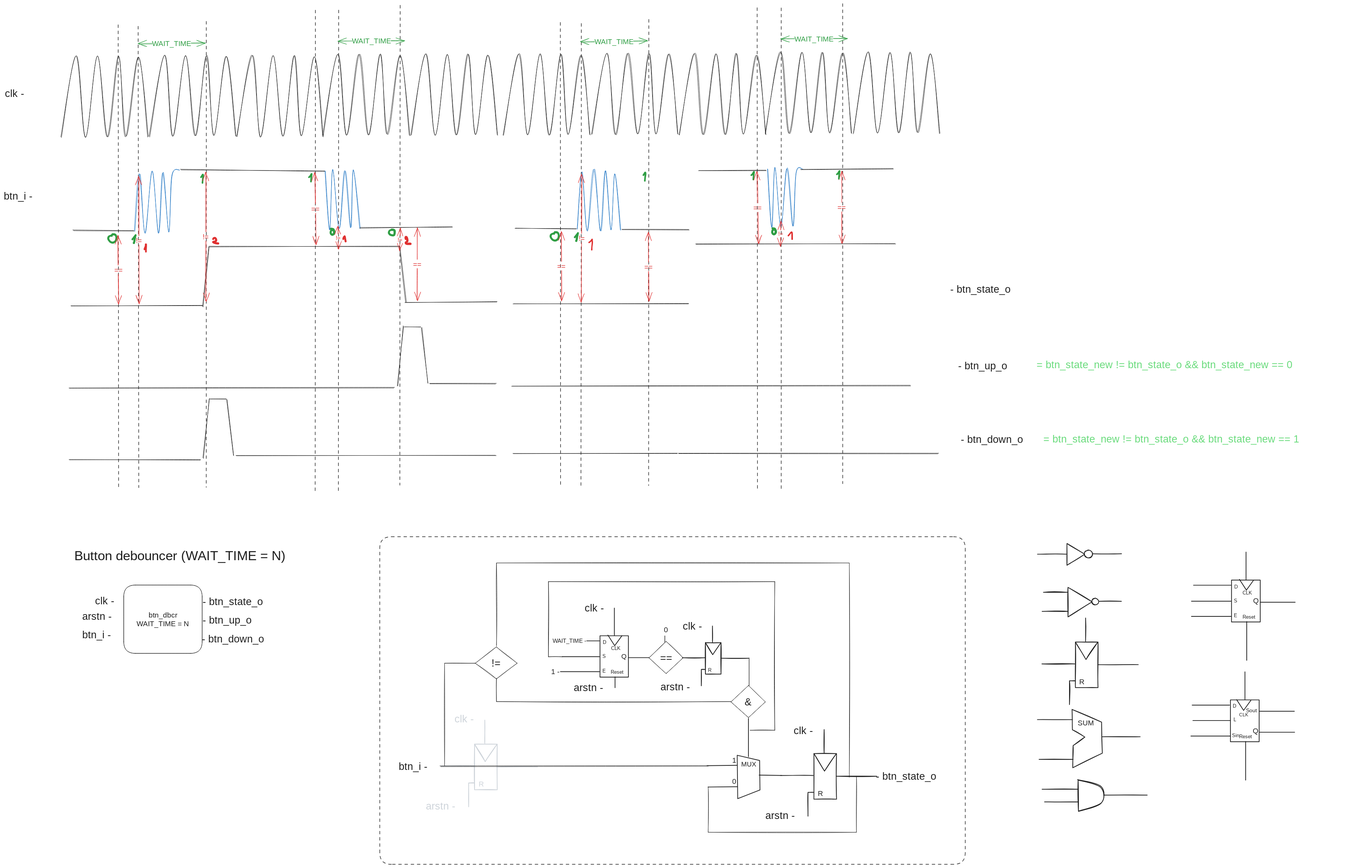
Above: lab-3/res/digital-design-btn-debouncer.excalidraw.svg in e1turin/itmo-digital-design (Excalidraw), before the change. Source tidied: one line per element, renumbered; positions are measured from the earlier drawing's top-left corner, leaving out a move shared by most shapes.
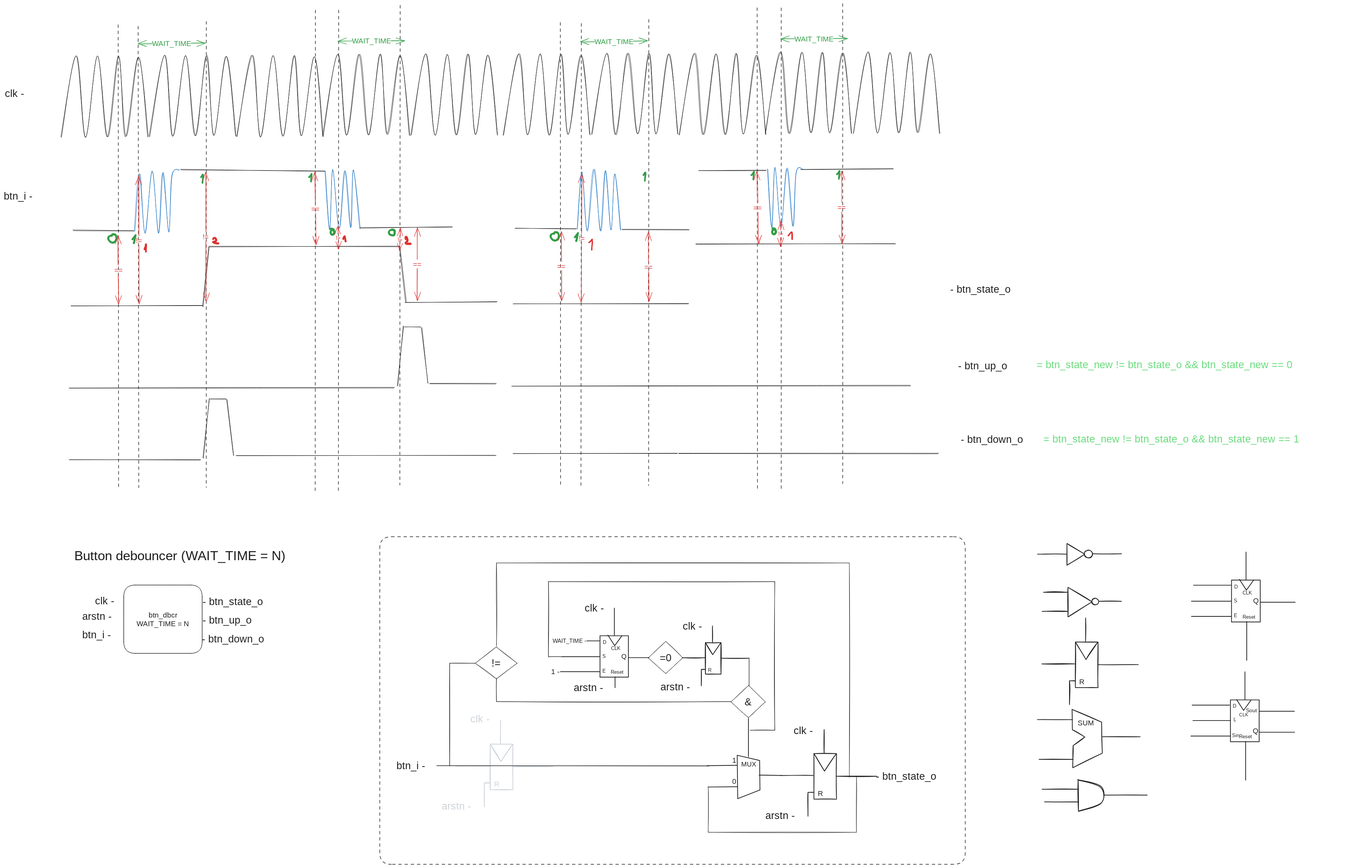
The same file after the commit.

Diff of the diagram source:
```diff
@@ -106,16 +106,16 @@
 {"id": 105, "type": "text", "text": "- btn_up_o", "strokeColor": "#1e1e1e", "strokeWidth": 1, "roughness": 1, "fontSize": 28, "fontFamily": 3, "x": 2616, "y": 976, "width": 164, "height": 34}
 {"id": 106, "type": "text", "text": "btn_i -", "strokeColor": "#1e1e1e", "strokeWidth": 1, "roughness": 1, "fontSize": 28, "fontFamily": 3, "x": 0, "y": 511, "width": 115, "height": 34}
 {"id": 107, "type": "text", "text": "clk -", "strokeColor": "#1e1e1e", "strokeWidth": 1, "roughness": 1, "fontSize": 28, "fontFamily": 3, "x": 3, "y": 230, "width": 82, "height": 34}
-{"id": 108, "type": "rectangle", "strokeColor": "#ced4da", "strokeWidth": 2, "roughness": 1, "x": 1291, "y": 2031, "width": 62, "height": 125}
+{"id": 108, "type": "rectangle", "strokeColor": "#ced4da", "strokeWidth": 2, "roughness": 1, "x": 1334, "y": 2031, "width": 62, "height": 125}
-{"id": 109, "type": "line", "strokeColor": "#ced4da", "strokeWidth": 2, "roughness": 1, "x": 1291, "y": 2031, "width": 61, "height": 48, "points": [[0, 0], [29, 48], [61, 1]]}
+{"id": 109, "type": "line", "strokeColor": "#ced4da", "strokeWidth": 2, "roughness": 1, "x": 1334, "y": 2031, "width": 61, "height": 48, "points": [[0, 0], [29, 48], [61, 1]]}
-{"id": 110, "type": "line", "strokeColor": "#ced4da", "strokeWidth": 2, "roughness": 1, "x": 1289, "y": 2091, "width": 90, "height": 0, "points": [[0, 0], [-90, 0]]}
+{"id": 110, "type": "line", "strokeColor": "#ced4da", "strokeWidth": 2, "roughness": 1, "x": 1332, "y": 2091, "width": 90, "height": 0, "points": [[0, 0], [-90, 0]]}
-{"id": 111, "type": "line", "strokeColor": "#ced4da", "strokeWidth": 2, "roughness": 1, "x": 1352, "y": 2093, "width": 111, "height": 0, "points": [[0, 0], [111, 0]]}
+{"id": 111, "type": "line", "strokeColor": "#ced4da", "strokeWidth": 2, "roughness": 1, "x": 1395, "y": 2093, "width": 111, "height": 0, "points": [[0, 0], [111, 0]]}
-{"id": 112, "type": "line", "strokeColor": "#ced4da", "strokeWidth": 2, "roughness": 1, "x": 1319, "y": 2029, "width": 0, "height": 64, "points": [[0, 0], [0, -64]]}
+{"id": 112, "type": "line", "strokeColor": "#ced4da", "strokeWidth": 2, "roughness": 1, "x": 1362, "y": 2029, "width": 0, "height": 64, "points": [[0, 0], [0, -64]]}
-{"id": 113, "type": "text", "text": "R", "strokeColor": "#ced4da", "strokeWidth": 2, "roughness": 1, "fontSize": 20.02, "fontFamily": 1, "x": 1302, "y": 2129, "width": 14, "height": 25}
+{"id": 113, "type": "text", "text": "R", "strokeColor": "#ced4da", "strokeWidth": 2, "roughness": 1, "fontSize": 20.02, "fontFamily": 1, "x": 1345, "y": 2129, "width": 14, "height": 25}
-{"id": 114, "type": "line", "strokeColor": "#ced4da", "strokeWidth": 2, "roughness": 1, "x": 1291, "y": 2137, "width": 16, "height": 65, "points": [[0, 0], [-16, 0], [-16, 65]]}
+{"id": 114, "type": "line", "strokeColor": "#ced4da", "strokeWidth": 2, "roughness": 1, "x": 1334, "y": 2137, "width": 16, "height": 65, "points": [[0, 0], [-16, 0], [-16, 65]]}
-{"id": 115, "type": "text", "text": "clk -", "strokeColor": "#ced4da", "strokeWidth": 1, "roughness": 1, "fontSize": 28, "fontFamily": 3, "x": 1236, "y": 1944, "width": 82, "height": 34}
+{"id": 115, "type": "text", "text": "clk -", "strokeColor": "#ced4da", "strokeWidth": 1, "roughness": 1, "fontSize": 28, "fontFamily": 3, "x": 1279, "y": 1944, "width": 82, "height": 34}
-{"id": 116, "type": "text", "text": "arstn -", "strokeColor": "#ced4da", "strokeWidth": 1, "roughness": 1, "fontSize": 28, "fontFamily": 3, "x": 1158, "y": 2183, "width": 115, "height": 34}
+{"id": 116, "type": "text", "text": "arstn -", "strokeColor": "#ced4da", "strokeWidth": 1, "roughness": 1, "fontSize": 28, "fontFamily": 3, "x": 1201, "y": 2183, "width": 115, "height": 34}
-{"id": 117, "type": "text", "text": "btn_i -", "strokeColor": "#1e1e1e", "strokeWidth": 1, "roughness": 1, "fontSize": 28, "fontFamily": 3, "x": 1083, "y": 2074, "width": 115, "height": 34}
+{"id": 117, "type": "text", "text": "btn_i -", "strokeColor": "#1e1e1e", "strokeWidth": 1, "roughness": 1, "fontSize": 28, "fontFamily": 3, "x": 1077, "y": 2072, "width": 115, "height": 34}
 {"id": 118, "type": "text", "text": "= btn_state_new != btn_state_o && btn_state_new == 0", "strokeColor": "#69db7c", "strokeWidth": 1, "roughness": 1, "fontSize": 28, "fontFamily": 3, "x": 2832, "y": 974, "width": 853, "height": 34}
 {"id": 119, "type": "text", "text": "= btn_state_new != btn_state_o && btn_state_new == 1", "strokeColor": "#69db7c", "strokeWidth": 1, "roughness": 1, "fontSize": 28, "fontFamily": 3, "x": 2849, "y": 1177, "width": 853, "height": 34}
 {"id": 120, "type": "rectangle", "strokeColor": "#1e1e1e", "strokeWidth": 2, "roughness": 1, "x": 2221, "y": 2057, "width": 62, "height": 125}
@@ -145,12 +145,11 @@
 {"id": 144, "type": "text", "text": "WAIT_TIME -", "strokeColor": "#1e1e1e", "strokeWidth": 1, "roughness": 1, "fontSize": 16, "fontFamily": 3, "x": 1504, "y": 1737, "width": 103, "height": 19}
 {"id": 145, "type": "diamond", "strokeColor": "#1e1e1e", "strokeWidth": 1, "roughness": 1, "x": 1293, "y": 1764, "width": 115, "height": 88}
 {"id": 146, "type": "text", "text": "!=", "strokeColor": "#1e1e1e", "strokeWidth": 1, "roughness": 1, "fontSize": 28, "fontFamily": 3, "textAlign": "center", "verticalAlign": "middle", "inside": 145, "x": 1333, "y": 1791, "width": 33, "height": 34}
-{"id": 147, "type": "line", "strokeColor": "#1e1e1e", "strokeWidth": 1, "roughness": 1, "from": 117, "to": 145, "x": 1209, "y": 2090, "width": 84, "height": 282, "points": [[0, 0], [0, -282], [84, -282]]}
+{"id": 147, "type": "line", "strokeColor": "#1e1e1e", "strokeWidth": 1, "roughness": 1, "to": 145, "x": 1223, "y": 2091, "width": 70, "height": 282, "points": [[0, 0], [0, -282], [70, -282]]}
 {"id": 148, "type": "text", "text": "1 -", "strokeColor": "#1e1e1e", "strokeWidth": 1, "roughness": 1, "fontSize": 20, "fontFamily": 3, "x": 1501, "y": 1820, "width": 35, "height": 24}
-{"id": 149, "type": "diamond", "strokeColor": "#1e1e1e", "strokeWidth": 1, "roughness": 1, "x": 1769, "y": 1749, "width": 93, "height": 88}
+{"id": 149, "type": "diamond", "strokeColor": "#1e1e1e", "strokeWidth": 1, "roughness": 1, "x": 1767, "y": 1749, "width": 94, "height": 88}
-{"id": 150, "type": "text", "text": "==", "strokeColor": "#1e1e1e", "strokeWidth": 1, "roughness": 1, "fontSize": 28, "fontFamily": 3, "textAlign": "center", "verticalAlign": "middle", "inside": 149, "x": 1799, "y": 1776, "width": 33, "height": 34}
+{"id": 150, "type": "text", "text": "=0", "strokeColor": "#1e1e1e", "strokeWidth": 1, "roughness": 1, "fontSize": 28, "fontFamily": 3, "textAlign": "center", "verticalAlign": "middle", "inside": 149, "x": 1797, "y": 1776, "width": 33, "height": 34}
-{"id": 151, "type": "text", "text": "0\n|", "strokeColor": "#1e1e1e", "strokeWidth": 1, "roughness": 1, "fontSize": 20, "fontFamily": 3, "x": 1810, "y": 1704, "width": 12, "height": 48}
-{"id": 152, "type": "line", "strokeColor": "#1e1e1e", "strokeWidth": 1, "roughness": 1, "round": true, "from": 117, "x": 1196, "y": 2091, "width": 736, "height": 0, "points": [[0, 0], [736, 0]]}
+{"id": 152, "type": "line", "strokeColor": "#1e1e1e", "strokeWidth": 1, "roughness": 1, "round": true, "from": 117, "x": 1187, "y": 2090, "width": 746, "height": 0, "points": [[0, 0], [746, 0]]}
 {"id": 153, "type": "arrow", "strokeColor": "#e03131", "strokeWidth": 1, "roughness": 1, "startArrowhead": "arrow", "endArrowhead": "arrow", "round": true, "x": 314, "y": 636, "width": 2, "height": 188, "points": [[0, 0], [2, 188]]}
 {"id": 154, "type": "text", "text": "==", "strokeColor": "#e03131", "strokeWidth": 1, "roughness": 1, "fontSize": 20, "fontFamily": 3, "textAlign": "center", "verticalAlign": "middle", "inside": 153, "x": 311, "y": 718, "width": 23, "height": 24}
 {"id": 155, "type": "arrow", "strokeColor": "#e03131", "strokeWidth": 1, "roughness": 1, "startArrowhead": "arrow", "endArrowhead": "arrow", "round": true, "x": 370, "y": 475, "width": 0, "height": 349, "points": [[0, 0], [0, 349]]}
@@ -215,7 +214,7 @@
 {"id": 214, "type": "freedraw", "strokeColor": "#e03131", "strokeWidth": 1, "roughness": 1, "x": 1102, "y": 646, "width": 14, "height": 20, "points": [[0, 0], [-1, -1], [-1, -2], [-1, -3], [-1, -4], [-1, -6], [0, -7], [1, -7], [2, -7], [4, -5], [4, -2], [5, 0], [5, 2], [5, 4], [5, 6], [5, 7], [4, 7], [3, 8], [1, 9], [0, 9], [0, 10], [0, 11], [1, 12], [2, 13], [4, 13], [5, 13], [6, 13], [7, 13], [9, 13], [11, 13], [12, 13], [13, 13], [13, 13]]}
 {"id": 215, "type": "freedraw", "strokeColor": "#e03131", "strokeWidth": 1, "roughness": 1, "x": 1604, "y": 656, "width": 9, "height": 30, "points": [[0, 0], [3, -2], [6, -4], [7, -7], [8, -8], [9, -9], [9, -6], [9, 4], [8, 9], [7, 14], [7, 17], [7, 18], [7, 20], [7, 21], [7, 21]]}
 {"id": 216, "type": "freedraw", "strokeColor": "#e03131", "strokeWidth": 1, "roughness": 1, "x": 2151, "y": 637, "width": 11, "height": 22, "points": [[0, 0], [-1, 0], [0, -1], [2, -3], [5, -6], [7, -8], [9, -11], [10, -11], [10, -10], [10, -4], [10, -2], [10, 2], [10, 6], [10, 9], [10, 10], [10, 10]]}
-{"id": 217, "type": "diamond", "strokeColor": "#1e1e1e", "strokeWidth": 1, "roughness": 0, "x": 1994, "y": 1870, "width": 94, "height": 88}
+{"id": 217, "type": "diamond", "strokeColor": "#1e1e1e", "strokeWidth": 1, "roughness": 1, "x": 1994, "y": 1870, "width": 94, "height": 88}
 {"id": 218, "type": "text", "text": "&", "strokeColor": "#1e1e1e", "strokeWidth": 1, "roughness": 0, "fontSize": 28, "fontFamily": 3, "textAlign": "center", "verticalAlign": "middle", "inside": 217, "x": 2032, "y": 1897, "width": 16, "height": 34}
 {"id": 219, "type": "line", "strokeColor": "#1e1e1e", "strokeWidth": 1, "roughness": 0, "to": 217, "x": 2043, "y": 1794, "width": 0, "height": 77, "points": [[0, 0], [0, 77]]}
 {"id": 220, "type": "text", "text": "clk -", "strokeColor": "#1e1e1e", "strokeWidth": 1, "roughness": 1, "fontSize": 28, "fontFamily": 3, "x": 2166, "y": 1976, "width": 82, "height": 34}
```
